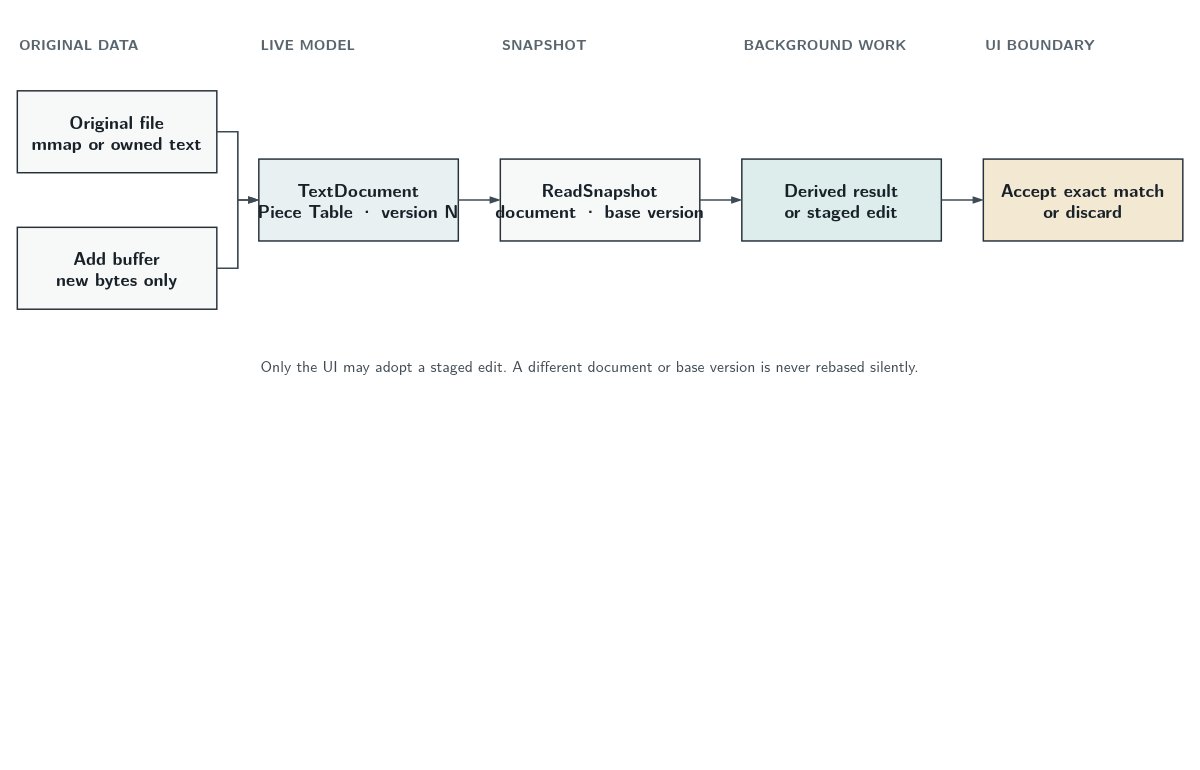
Before: documentation/manuals/assets/mr-piece-table-snapshots.drawio in ebeneezer/mr, a draw.io diagram. Source tidied: cells renumbered, new cells numbered last; positions are measured from the earlier drawing's top-left corner, leaving out a move shared by most shapes. Both pictures are drawn from the tidied source at 105%, with x=0, y=0 at pixel (17, 34).
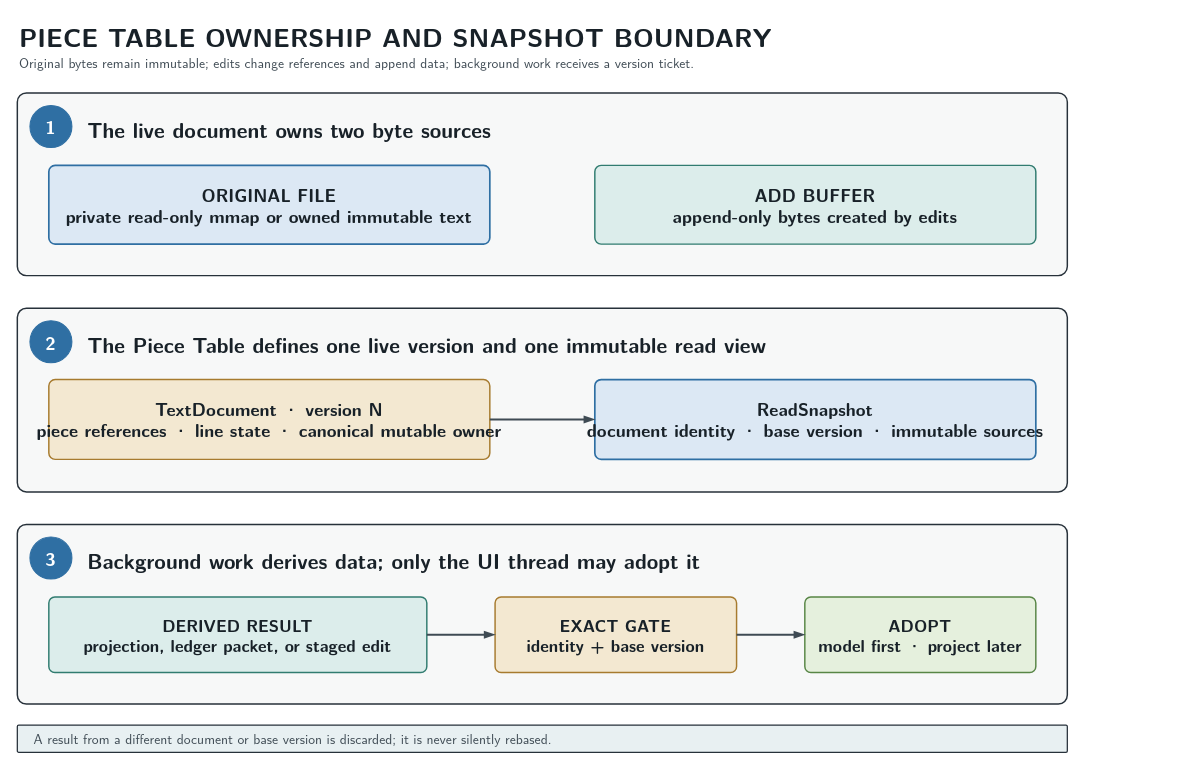
The same page after the edit.

Change to the diagram source:
```diff
@@
-    <mxCell id="2" value="ORIGINAL DATA" style="text;html=0;strokeColor=none;fillColor=none;align=left;verticalAlign=middle;fontFamily=Latin Modern Sans;fontSize=14;fontStyle=1;fontColor=#59656E;" parent="1" vertex="1">
-      <mxGeometry width="180" height="20" as="geometry" />
-    </mxCell>
-    <mxCell id="3" value="LIVE MODEL" style="text;html=0;strokeColor=none;fillColor=none;align=left;verticalAlign=middle;fontFamily=Latin Modern Sans;fontSize=14;fontStyle=1;fontColor=#59656E;" parent="1" vertex="1">
-      <mxGeometry x="230" width="180" height="20" as="geometry" />
-    </mxCell>
-    <mxCell id="4" value="SNAPSHOT" style="text;html=0;strokeColor=none;fillColor=none;align=left;verticalAlign=middle;fontFamily=Latin Modern Sans;fontSize=14;fontStyle=1;fontColor=#59656E;" parent="1" vertex="1">
-      <mxGeometry x="460" width="180" height="20" as="geometry" />
-    </mxCell>
-    <mxCell id="5" value="BACKGROUND WORK" style="text;html=0;strokeColor=none;fillColor=none;align=left;verticalAlign=middle;fontFamily=Latin Modern Sans;fontSize=14;fontStyle=1;fontColor=#59656E;" parent="1" vertex="1">
-      <mxGeometry x="690" width="180" height="20" as="geometry" />
-    </mxCell>
-    <mxCell id="6" value="UI BOUNDARY" style="text;html=0;strokeColor=none;fillColor=none;align=left;verticalAlign=middle;fontFamily=Latin Modern Sans;fontSize=14;fontStyle=1;fontColor=#59656E;" parent="1" vertex="1">
-      <mxGeometry x="920" width="180" height="20" as="geometry" />
-    </mxCell>
+    <mxCell id="19" value="PIECE TABLE OWNERSHIP AND SNAPSHOT BOUNDARY" style="text;html=0;strokeColor=none;fillColor=none;align=left;verticalAlign=middle;fontFamily=Latin Modern Sans;fontSize=25;fontStyle=1;fontColor=#182128;" parent="1" vertex="1">
+      <mxGeometry y="-16" width="850" height="35" as="geometry" />
+    </mxCell>
+    <mxCell id="20" value="Original bytes remain immutable; edits change references and append data; background work receives a version ticket." style="text;html=0;strokeColor=none;fillColor=none;align=left;verticalAlign=middle;fontFamily=Latin Modern Sans;fontSize=13;fontColor=#3F4B54;" parent="1" vertex="1">
+      <mxGeometry y="16" width="900" height="22" as="geometry" />
+    </mxCell>
+    <mxCell id="21" style="rounded=1;arcSize=5;html=0;fillColor=#F7F8F8;strokeColor=#27313A;strokeWidth=1.4;" parent="1" vertex="1">
+      <mxGeometry y="56" width="1000" height="174" as="geometry" />
+    </mxCell>
+    <mxCell id="22" value="1" style="ellipse;html=0;fillColor=#2F6FA3;strokeColor=#2F6FA3;fontFamily=Latin Modern Sans;fontSize=18;fontStyle=1;fontColor=#FFFFFF;" parent="1" vertex="1">
+      <mxGeometry x="12" y="68" width="40" height="40" as="geometry" />
+    </mxCell>
+    <mxCell id="23" value="The live document owns two byte sources" style="text;html=0;strokeColor=none;fillColor=none;align=left;fontFamily=Latin Modern Sans;fontSize=20;fontStyle=1;fontColor=#182128;" parent="1" vertex="1">
+      <mxGeometry x="65" y="73" width="700" height="30" as="geometry" />
+    </mxCell>
-    <mxCell id="7" value="Original file&#10;mmap or owned text" style="rounded=0;html=0;fillColor=#F7F8F8;strokeColor=#27313A;strokeWidth=1.4;align=center;verticalAlign=middle;fontFamily=Latin Modern Sans;fontSize=17;fontStyle=1;fontColor=#182128;spacing=7;" parent="1" vertex="1">
-      <mxGeometry y="54" width="190" height="78" as="geometry" />
+    <mxCell id="7" value="ORIGINAL FILE&#10;private read-only mmap or owned immutable text" style="rounded=1;arcSize=8;html=0;fillColor=#DCE8F4;strokeColor=#2F6FA3;strokeWidth=1.6;align=center;verticalAlign=middle;fontFamily=Latin Modern Sans;fontSize=17;fontStyle=1;fontColor=#182128;spacing=7;" parent="1" vertex="1">
+      <mxGeometry x="30" y="125" width="420" height="75" as="geometry" />
     </mxCell>
-    <mxCell id="8" value="Add buffer&#10;new bytes only" style="rounded=0;html=0;fillColor=#F7F8F8;strokeColor=#27313A;strokeWidth=1.4;align=center;verticalAlign=middle;fontFamily=Latin Modern Sans;fontSize=17;fontStyle=1;fontColor=#182128;spacing=7;" parent="1" vertex="1">
-      <mxGeometry y="184" width="190" height="78" as="geometry" />
+    <mxCell id="8" value="ADD BUFFER&#10;append-only bytes created by edits" style="rounded=1;arcSize=8;html=0;fillColor=#DCEDEB;strokeColor=#317C70;strokeWidth=1.4;align=center;verticalAlign=middle;fontFamily=Latin Modern Sans;fontSize=17;fontStyle=1;fontColor=#182128;spacing=7;" parent="1" vertex="1">
+      <mxGeometry x="550" y="125" width="420" height="75" as="geometry" />
     </mxCell>
+    <mxCell id="24" style="rounded=1;arcSize=5;html=0;fillColor=#F7F8F8;strokeColor=#27313A;strokeWidth=1.4;" parent="1" vertex="1">
+      <mxGeometry y="261" width="1000" height="175" as="geometry" />
+    </mxCell>
+    <mxCell id="25" value="2" style="ellipse;html=0;fillColor=#2F6FA3;strokeColor=#2F6FA3;fontFamily=Latin Modern Sans;fontSize=18;fontStyle=1;fontColor=#FFFFFF;" parent="1" vertex="1">
+      <mxGeometry x="12" y="273" width="40" height="40" as="geometry" />
+    </mxCell>
+    <mxCell id="26" value="The Piece Table defines one live version and one immutable read view" style="text;html=0;strokeColor=none;fillColor=none;align=left;fontFamily=Latin Modern Sans;fontSize=20;fontStyle=1;fontColor=#182128;" parent="1" vertex="1">
+      <mxGeometry x="65" y="278" width="850" height="30" as="geometry" />
+    </mxCell>
-    <mxCell id="9" value="TextDocument&#10;Piece Table · version N" style="rounded=0;html=0;fillColor=#E8F0F2;strokeColor=#27313A;strokeWidth=1.4;align=center;verticalAlign=middle;fontFamily=Latin Modern Sans;fontSize=17;fontStyle=1;fontColor=#182128;spacing=7;" parent="1" vertex="1">
-      <mxGeometry x="230" y="119" width="190" height="78" as="geometry" />
+    <mxCell id="9" value="TextDocument · version N&#10;piece references · line state · canonical mutable owner" style="rounded=1;arcSize=8;html=0;fillColor=#F3E8D1;strokeColor=#A77B2F;strokeWidth=1.4;align=center;verticalAlign=middle;fontFamily=Latin Modern Sans;fontSize=17;fontStyle=1;fontColor=#182128;spacing=7;" parent="1" vertex="1">
+      <mxGeometry x="30" y="329" width="420" height="76" as="geometry" />
     </mxCell>
-    <mxCell id="10" value="ReadSnapshot&#10;document · base version" style="rounded=0;html=0;fillColor=#F7F8F8;strokeColor=#27313A;strokeWidth=1.4;align=center;verticalAlign=middle;fontFamily=Latin Modern Sans;fontSize=17;fontStyle=1;fontColor=#182128;spacing=7;" parent="1" vertex="1">
-      <mxGeometry x="460" y="119" width="190" height="78" as="geometry" />
+    <mxCell id="10" value="ReadSnapshot&#10;document identity · base version · immutable sources" style="rounded=1;arcSize=8;html=0;fillColor=#DCE8F4;strokeColor=#2F6FA3;strokeWidth=1.6;align=center;verticalAlign=middle;fontFamily=Latin Modern Sans;fontSize=17;fontStyle=1;fontColor=#182128;spacing=7;" parent="1" vertex="1">
+      <mxGeometry x="550" y="329" width="420" height="76" as="geometry" />
     </mxCell>
-    <mxCell id="11" value="Derived result&#10;or staged edit" style="rounded=0;html=0;fillColor=#DCEDEB;strokeColor=#27313A;strokeWidth=1.4;align=center;verticalAlign=middle;fontFamily=Latin Modern Sans;fontSize=17;fontStyle=1;fontColor=#182128;spacing=7;" parent="1" vertex="1">
-      <mxGeometry x="690" y="119" width="190" height="78" as="geometry" />
-    </mxCell>
-    <mxCell id="12" value="Accept exact match&#10;or discard" style="rounded=0;html=0;fillColor=#F3E8D1;strokeColor=#27313A;strokeWidth=1.4;align=center;verticalAlign=middle;fontFamily=Latin Modern Sans;fontSize=17;fontStyle=1;fontColor=#182128;spacing=7;" parent="1" vertex="1">
-      <mxGeometry x="920" y="119" width="190" height="78" as="geometry" />
-    </mxCell>
-    <mxCell id="13" value="Only the UI may adopt a staged edit. A different document or base version is never rebased silently." style="text;html=0;strokeColor=none;fillColor=none;align=left;verticalAlign=middle;fontFamily=Latin Modern Sans;fontSize=15;fontColor=#3F4B54;" parent="1" vertex="1">
-      <mxGeometry x="230" y="304" width="880" height="24" as="geometry" />
-    </mxCell>
-    <mxCell id="14" style="edgeStyle=orthogonalEdgeStyle;rounded=0;html=0;endArrow=blockThin;endFill=1;strokeColor=#3F4B54;strokeWidth=1.6;" parent="1" edge="1" source="7" target="9">
+    <mxCell id="14" style="edgeStyle=orthogonalEdgeStyle;rounded=0;html=0;endArrow=blockThin;endFill=1;strokeColor=#3F4B54;strokeWidth=1.8;" parent="1" edge="1" source="9" target="10">
       <mxGeometry relative="1" as="geometry" />
     </mxCell>
+    <mxCell id="27" style="rounded=1;arcSize=5;html=0;fillColor=#F7F8F8;strokeColor=#27313A;strokeWidth=1.4;" parent="1" vertex="1">
+      <mxGeometry y="467" width="1000" height="171" as="geometry" />
+    </mxCell>
+    <mxCell id="28" value="3" style="ellipse;html=0;fillColor=#2F6FA3;strokeColor=#2F6FA3;fontFamily=Latin Modern Sans;fontSize=18;fontStyle=1;fontColor=#FFFFFF;" parent="1" vertex="1">
+      <mxGeometry x="12" y="479" width="40" height="40" as="geometry" />
+    </mxCell>
+    <mxCell id="29" value="Background work derives data; only the UI thread may adopt it" style="text;html=0;strokeColor=none;fillColor=none;align=left;fontFamily=Latin Modern Sans;fontSize=20;fontStyle=1;fontColor=#182128;" parent="1" vertex="1">
+      <mxGeometry x="65" y="484" width="820" height="30" as="geometry" />
+    </mxCell>
+    <mxCell id="30" value="DERIVED RESULT&#10;projection, ledger packet, or staged edit" style="rounded=1;arcSize=8;html=0;fillColor=#DCEDEB;strokeColor=#317C70;strokeWidth=1.4;align=center;verticalAlign=middle;fontFamily=Latin Modern Sans;fontSize=16;fontStyle=1;fontColor=#182128;spacing=7;" parent="1" vertex="1">
+      <mxGeometry x="30" y="536" width="360" height="72" as="geometry" />
+    </mxCell>
+    <mxCell id="31" value="EXACT GATE&#10;identity + base version" style="rounded=1;arcSize=8;html=0;fillColor=#F3E8D1;strokeColor=#A77B2F;strokeWidth=1.4;align=center;verticalAlign=middle;fontFamily=Latin Modern Sans;fontSize=16;fontStyle=1;fontColor=#182128;spacing=7;" parent="1" vertex="1">
+      <mxGeometry x="455" y="536" width="230" height="72" as="geometry" />
+    </mxCell>
+    <mxCell id="32" value="ADOPT&#10;model first · project later" style="rounded=1;arcSize=8;html=0;fillColor=#E5F0DD;strokeColor=#588646;strokeWidth=1.4;align=center;verticalAlign=middle;fontFamily=Latin Modern Sans;fontSize=16;fontStyle=1;fontColor=#182128;spacing=7;" parent="1" vertex="1">
+      <mxGeometry x="750" y="536" width="220" height="72" as="geometry" />
+    </mxCell>
-    <mxCell id="15" style="edgeStyle=orthogonalEdgeStyle;rounded=0;html=0;endArrow=blockThin;endFill=1;strokeColor=#3F4B54;strokeWidth=1.6;" parent="1" edge="1" source="8" target="9">
+    <mxCell id="15" style="edgeStyle=orthogonalEdgeStyle;rounded=0;html=0;endArrow=blockThin;endFill=1;strokeColor=#3F4B54;strokeWidth=1.8;" parent="1" edge="1" source="30" target="31">
       <mxGeometry relative="1" as="geometry" />
     </mxCell>
-    <mxCell id="16" style="edgeStyle=orthogonalEdgeStyle;rounded=0;html=0;endArrow=blockThin;endFill=1;strokeColor=#3F4B54;strokeWidth=1.6;" parent="1" edge="1" source="9" target="10">
+    <mxCell id="16" style="edgeStyle=orthogonalEdgeStyle;rounded=0;html=0;endArrow=blockThin;endFill=1;strokeColor=#3F4B54;strokeWidth=1.8;" parent="1" edge="1" source="31" target="32">
       <mxGeometry relative="1" as="geometry" />
     </mxCell>
-    <mxCell id="17" style="edgeStyle=orthogonalEdgeStyle;rounded=0;html=0;endArrow=blockThin;endFill=1;strokeColor=#3F4B54;strokeWidth=1.6;" parent="1" edge="1" source="10" target="11">
-      <mxGeometry relative="1" as="geometry" />
-    </mxCell>
-    <mxCell id="18" style="edgeStyle=orthogonalEdgeStyle;rounded=0;html=0;endArrow=blockThin;endFill=1;strokeColor=#3F4B54;strokeWidth=1.6;" parent="1" edge="1" source="11" target="12">
-      <mxGeometry relative="1" as="geometry" />
-    </mxCell>
+    <mxCell id="13" value="A result from a different document or base version is discarded; it is never silently rebased." style="rounded=1;arcSize=5;html=0;fillColor=#E8F0F2;strokeColor=#27313A;strokeWidth=1.2;align=left;verticalAlign=middle;fontFamily=Latin Modern Sans;fontSize=13;fontColor=#3F4B54;spacingLeft=14;" parent="1" vertex="1">
+      <mxGeometry y="658" width="1000" height="26" as="geometry" />
+    </mxCell>
```
